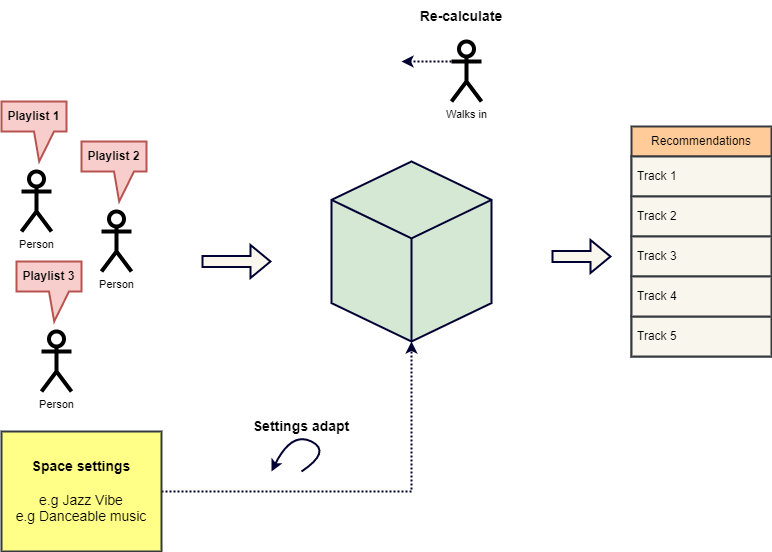
Above: docs/example.png in taslanidis/Music-Recommender (draw.io), before the change. Source tidied: cells renumbered, new cells last; positions are measured from the earlier drawing's top-left corner, leaving out a move shared by most shapes.
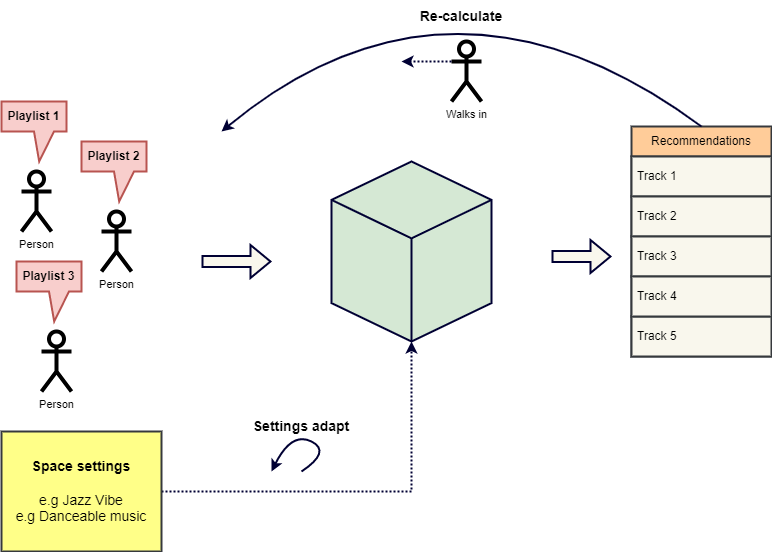
The same diagram one commit later.

Diff of the diagram source:
```diff
@@ -56,35 +56,43 @@
     <mxCell id="17" value="Track 4" style="text;strokeColor=#36393d;fillColor=#f9f7ed;align=left;verticalAlign=middle;spacingLeft=4;spacingRight=4;overflow=hidden;whiteSpace=wrap;html=1;strokeWidth=2;fontSize=12;" parent="1" vertex="1">
       <mxGeometry x="630" y="275" width="140" height="40" as="geometry" />
     </mxCell>
-    <mxCell id="18" value="Walks in" style="shape=umlActor;verticalLabelPosition=bottom;verticalAlign=top;html=1;outlineConnect=0;strokeWidth=4;fontSize=11;" parent="1" vertex="1">
-      <mxGeometry x="450" y="40" width="30" height="60" as="geometry" />
+    <mxCell id="18" style="curved=1;endArrow=classic;html=1;rounded=0;strokeColor=#000033;strokeWidth=2;fontSize=12;exitX=0.5;exitY=0;exitDx=0;exitDy=0;" parent="1" edge="1" source="11">
+      <mxGeometry relative="1" as="geometry">
+        <mxPoint x="220" y="130" as="targetPoint" />
+        <Array as="points">
+          <mxPoint x="450" y="-60" />
+        </Array>
+      </mxGeometry>
     </mxCell>
-    <mxCell id="19" style="endArrow=classic;html=1;rounded=0;strokeColor=#000033;strokeWidth=2;fontSize=12;exitX=0;exitY=0.3333333333333333;exitDx=0;exitDy=0;exitPerimeter=0;dashed=1;dashPattern=1 1;" parent="1" edge="1" source="18">
-      <mxGeometry relative="1" as="geometry">
-        <mxPoint x="400" y="60" as="targetPoint" />
-      </mxGeometry>
+    <mxCell id="19" value="Walks in" style="shape=umlActor;verticalLabelPosition=bottom;verticalAlign=top;html=1;outlineConnect=0;strokeWidth=4;fontSize=11;" parent="1" vertex="1">
+      <mxGeometry x="450" y="40" width="30" height="60" as="geometry" />
     </mxCell>
-    <mxCell id="20" value="Re-calculate" style="text;html=1;strokeColor=none;fillColor=none;align=center;verticalAlign=middle;whiteSpace=wrap;rounded=0;strokeWidth=2;fontSize=14;fontStyle=1;" parent="1" vertex="1">
-      <mxGeometry x="410" width="100" height="30" as="geometry" />
+    <mxCell id="20" style="endArrow=classic;html=1;rounded=0;strokeColor=#000033;strokeWidth=2;fontSize=12;exitX=0;exitY=0.3333333333333333;exitDx=0;exitDy=0;exitPerimeter=0;dashed=1;dashPattern=1 1;" parent="1" edge="1" source="19">
+      <mxGeometry relative="1" as="geometry">
+        <mxPoint x="400" y="60" as="targetPoint" />
+      </mxGeometry>
     </mxCell>
-    <mxCell id="21" style="edgeStyle=orthogonalEdgeStyle;rounded=0;jettySize=auto;html=1;exitX=1;exitY=0.5;exitDx=0;exitDy=0;dashed=1;dashPattern=1 1;strokeColor=#000033;strokeWidth=2;fontSize=14;startArrow=none;startFill=0;entryX=0.5;entryY=1;entryDx=0;entryDy=0;entryPerimeter=0;" parent="1" edge="1" source="22" target="9">
-      <mxGeometry relative="1" as="geometry" />
+    <mxCell id="21" value="Re-calculate" style="text;html=1;strokeColor=none;fillColor=none;align=center;verticalAlign=middle;whiteSpace=wrap;rounded=0;strokeWidth=2;fontSize=14;fontStyle=1;" parent="1" vertex="1">
+      <mxGeometry x="410" width="100" height="30" as="geometry" />
     </mxCell>
-    <mxCell id="22" value="&lt;b&gt;Space settings&lt;br&gt;&lt;/b&gt;&lt;br&gt;e.g Jazz Vibe&lt;br&gt;e.g Danceable music" style="rounded=0;whiteSpace=wrap;html=1;strokeColor=#36393d;strokeWidth=2;fontSize=14;fillColor=#ffff88;" parent="1" vertex="1">
-      <mxGeometry y="430" width="160" height="120" as="geometry" />
+    <mxCell id="22" style="edgeStyle=orthogonalEdgeStyle;rounded=0;jettySize=auto;html=1;exitX=1;exitY=0.5;exitDx=0;exitDy=0;dashed=1;dashPattern=1 1;strokeColor=#000033;strokeWidth=2;fontSize=14;startArrow=none;startFill=0;entryX=0.5;entryY=1;entryDx=0;entryDy=0;entryPerimeter=0;" parent="1" edge="1" source="23" target="9">
+      <mxGeometry relative="1" as="geometry" />
     </mxCell>
-    <mxCell id="23" style="curved=1;endArrow=classic;html=1;rounded=0;strokeColor=#000033;strokeWidth=2;fontSize=14;" parent="1" edge="1">
-      <mxGeometry relative="1" as="geometry">
-        <mxPoint x="300" y="470" as="sourcePoint" />
-        <mxPoint x="270" y="470" as="targetPoint" />
-        <Array as="points">
-          <mxPoint x="330" y="450" />
-          <mxPoint x="290" y="430" />
-        </Array>
-      </mxGeometry>
+    <mxCell id="23" value="&lt;b&gt;Space settings&lt;br&gt;&lt;/b&gt;&lt;br&gt;e.g Jazz Vibe&lt;br&gt;e.g Danceable music" style="rounded=0;whiteSpace=wrap;html=1;strokeColor=#36393d;strokeWidth=2;fontSize=14;fillColor=#ffff88;" parent="1" vertex="1">
+      <mxGeometry y="430" width="160" height="120" as="geometry" />
     </mxCell>
-    <mxCell id="24" value="Settings adapt" style="text;html=1;strokeColor=none;fillColor=none;align=center;verticalAlign=middle;whiteSpace=wrap;rounded=0;strokeWidth=2;fontSize=14;fontStyle=1;" parent="1" vertex="1">
-      <mxGeometry x="250" y="410" width="100" height="30" as="geometry" />
+    <mxCell id="24" style="curved=1;endArrow=classic;html=1;rounded=0;strokeColor=#000033;strokeWidth=2;fontSize=14;" parent="1" edge="1">
+      <mxGeometry relative="1" as="geometry">
+        <mxPoint x="300" y="470" as="sourcePoint" />
+        <mxPoint x="270" y="470" as="targetPoint" />
+        <Array as="points">
+          <mxPoint x="330" y="450" />
+          <mxPoint x="290" y="430" />
+        </Array>
+      </mxGeometry>
     </mxCell>
+    <mxCell id="25" value="Settings adapt" style="text;html=1;strokeColor=none;fillColor=none;align=center;verticalAlign=middle;whiteSpace=wrap;rounded=0;strokeWidth=2;fontSize=14;fontStyle=1;" parent="1" vertex="1">
+      <mxGeometry x="250" y="410" width="100" height="30" as="geometry" />
+    </mxCell>
   </root>
 </mxGraphModel>
```
